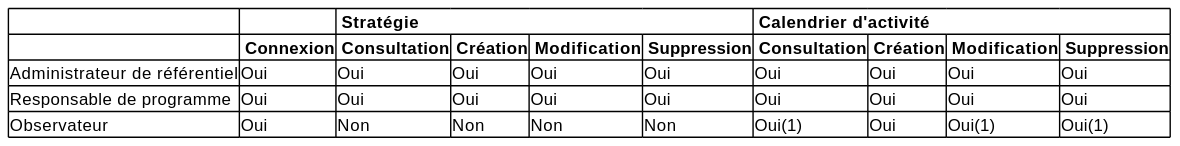
sumaris-net/sumaris-doc keeps this PlantUML diagram as projects/activity-calendar/spe/images/activity-calendar-users-rights.svg. Above is the earlier version. Its source is kept beside it as projects/activity-calendar/spe/images/activity-calendar-users-rights.puml. Source of this version:
```plantuml
@startsalt
{
	{#
     . | . | <b> Stratégie | * | * | * | <b> Calendrier d'activité | * | * | *
     . | <b> Connexion | <b> Consultation | <b> Création |<b> Modification | <b> Suppression | <b> Consultation | <b> Création | <b> Modification | <b> Suppression
     Administrateur de référentiel | Oui | Oui | Oui | Oui | Oui | Oui | Oui | Oui | Oui
     Responsable de programme | Oui | Oui | Oui | Oui | Oui | Oui | Oui | Oui | Oui
     Observateur | Oui | Non | Non | Non | Non | Oui(1) | Oui | Oui(1) | Oui(1)


    }
}
@endsalt
```
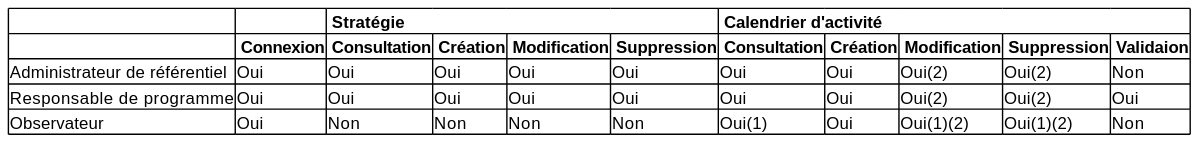
The same diagram one commit later.

The edit, as a diff of the source:
```diff
@@ -1,11 +1,11 @@
 @startsalt
 {
 	{#
-     . | . | <b> Stratégie | * | * | * | <b> Calendrier d'activité | * | * | *
-     . | <b> Connexion | <b> Consultation | <b> Création |<b> Modification | <b> Suppression | <b> Consultation | <b> Création | <b> Modification | <b> Suppression
-     Administrateur de référentiel | Oui | Oui | Oui | Oui | Oui | Oui | Oui | Oui | Oui
-     Responsable de programme | Oui | Oui | Oui | Oui | Oui | Oui | Oui | Oui | Oui
-     Observateur | Oui | Non | Non | Non | Non | Oui(1) | Oui | Oui(1) | Oui(1)
+     . | . | <b> Stratégie | * | * | * | <b> Calendrier d'activité | * | * | * | *
+     . | <b> Connexion | <b> Consultation | <b> Création |<b> Modification | <b> Suppression | <b> Consultation | <b> Création | <b> Modification | <b> Suppression | <b> Validaion
+     Administrateur de référentiel | Oui | Oui | Oui | Oui | Oui | Oui | Oui | Oui(2) | Oui(2) | Non
+     Responsable de programme | Oui | Oui | Oui | Oui | Oui | Oui | Oui | Oui(2) | Oui(2) | Oui
+     Observateur | Oui | Non | Non | Non | Non | Oui(1) | Oui | Oui(1)(2) | Oui(1)(2) | Non
 
 
     }
```
